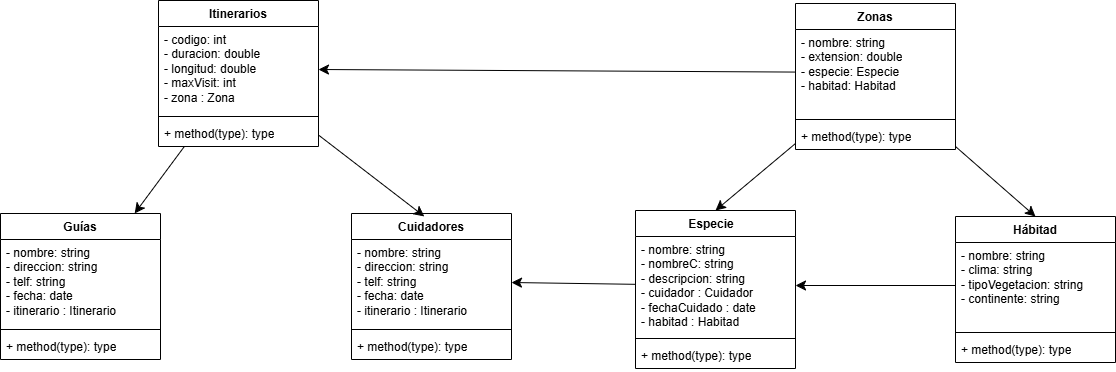
The draw.io diagram Development Environment/Diagrama sin título.drawio.png in Samue45/1-DAM, before a commit. Source tidied: cells renumbered, new cells last; positions are measured from the earlier drawing's top-left corner, leaving out a move shared by most shapes.
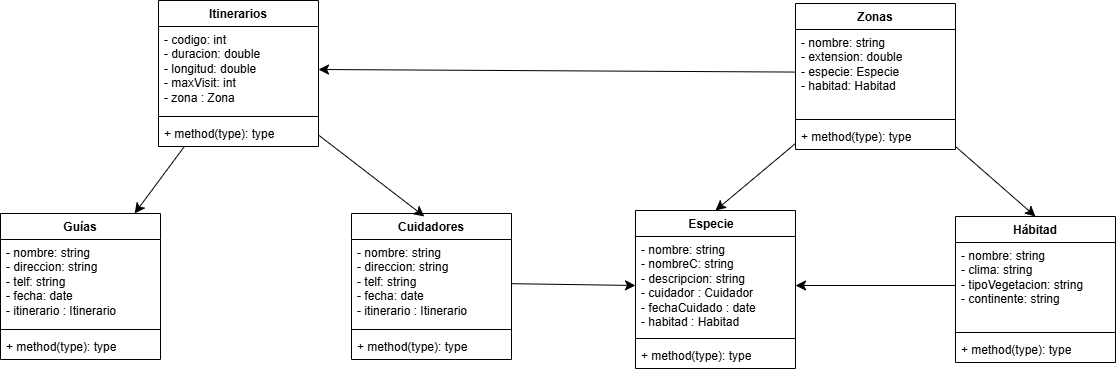
After the commit.

The edit, as a diff of the source:
```diff
@@ -83,9 +83,6 @@
     <mxCell id="28" value="+ method(type): type" style="text;strokeColor=none;fillColor=none;align=left;verticalAlign=top;spacingLeft=4;spacingRight=4;overflow=hidden;whiteSpace=wrap;html=1;" parent="25" vertex="1">
       <mxGeometry y="120" width="160" height="26" as="geometry" />
     </mxCell>
-    <mxCell id="29" style="edgeStyle=none;curved=1;rounded=0;jettySize=auto;html=1;entryX=1;entryY=0.5;entryDx=0;entryDy=0;fontSize=12;startSize=8;endSize=8;" parent="1" edge="1" source="3" target="26">
-      <mxGeometry relative="1" as="geometry" />
-    </mxCell>
     <mxCell id="30" style="edgeStyle=none;curved=1;rounded=0;jettySize=auto;html=1;entryX=0.455;entryY=0.02;entryDx=0;entryDy=0;entryPerimeter=0;fontSize=12;startSize=8;endSize=8;" parent="1" edge="1" source="17" target="25">
       <mxGeometry relative="1" as="geometry" />
     </mxCell>
@@ -95,5 +92,8 @@
     <mxCell id="32" style="edgeStyle=none;curved=1;rounded=0;jettySize=auto;html=1;entryX=1;entryY=0.5;entryDx=0;entryDy=0;fontSize=12;startSize=8;endSize=8;" parent="1" edge="1" source="13" target="18">
       <mxGeometry relative="1" as="geometry" />
     </mxCell>
+    <mxCell id="33" style="edgeStyle=none;curved=1;rounded=0;jettySize=auto;html=1;entryX=0;entryY=0.5;entryDx=0;entryDy=0;fontSize=12;startSize=8;endSize=8;" parent="1" edge="1" source="26" target="3">
+      <mxGeometry relative="1" as="geometry" />
+    </mxCell>
   </root>
 </mxGraphModel>
```
